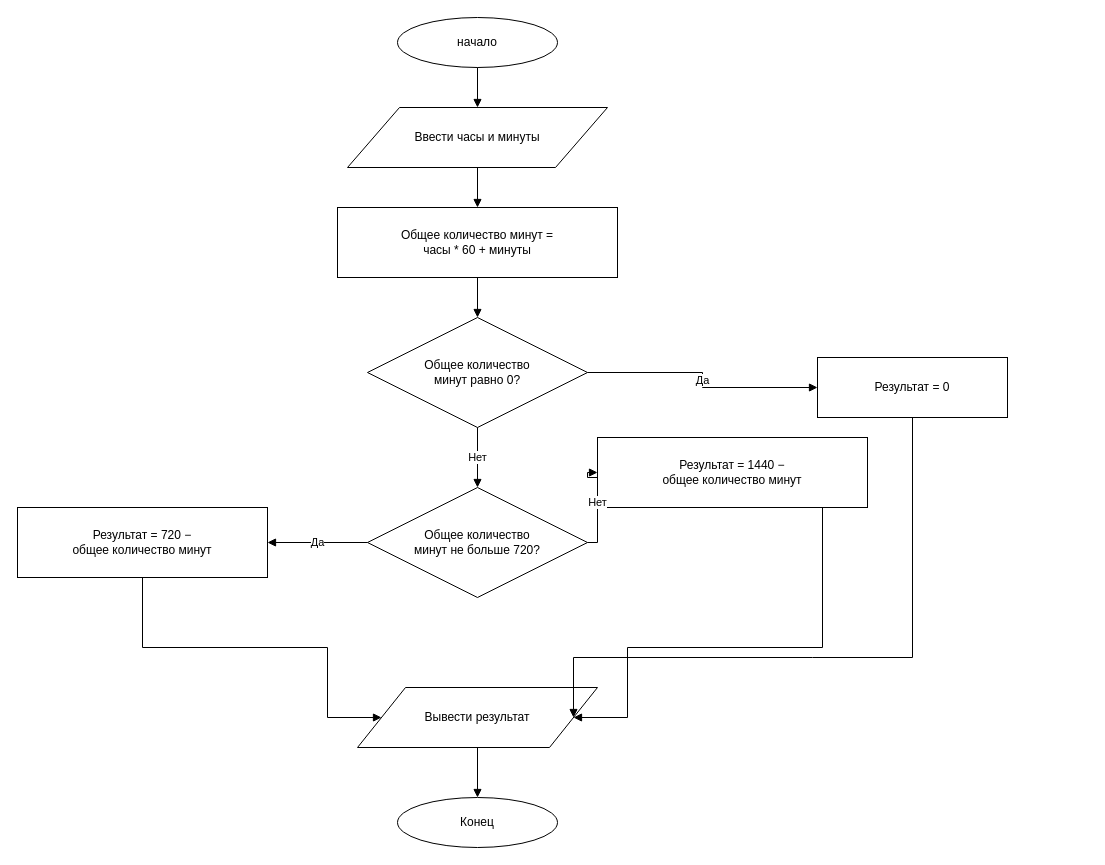
Poskras/Labarator6 keeps this draw.io diagram as 6.1.drawio. Above is the earlier version. Source tidied: cells renumbered, new cells numbered last; positions are measured from the earlier drawing's top-left corner, leaving out a move shared by most shapes. Both pictures are drawn from the tidied source at 100%, with x=0, y=0 at pixel (17, 17).
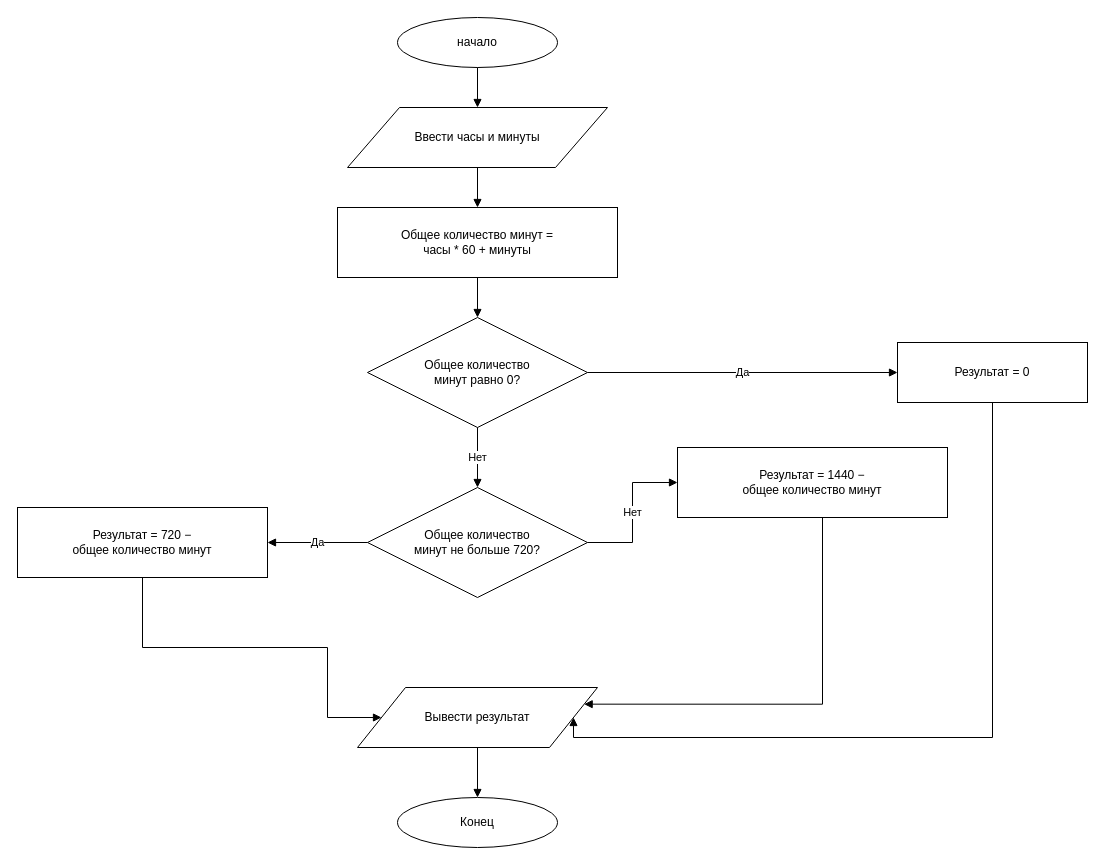
Above is the later version.

The change refers to these unchanged cells:
```xml
<mxCell id="10" value="Вывести результат" style="shape=parallelogram;perimeter=parallelogramPerimeter;whiteSpace=wrap;html=1;" parent="1" vertex="1">
  <mxGeometry x="340" y="670" width="240" height="60" as="geometry" />
</mxCell>
```

Diff of the diagram source:
```diff
@@
     <mxCell id="6" value="Результат = 0" style="rounded=0;whiteSpace=wrap;html=1;" parent="1" vertex="1">
-      <mxGeometry x="800" y="340" width="190" height="60" as="geometry" />
+      <mxGeometry x="880" y="325" width="190" height="60" as="geometry" />
     </mxCell>
@@
     <mxCell id="9" value="Результат = 1440 −&#10;общее количество минут" style="rounded=0;whiteSpace=wrap;html=1;" parent="1" vertex="1">
-      <mxGeometry x="580" y="420" width="270" height="70" as="geometry" />
+      <mxGeometry x="660" y="430" width="270" height="70" as="geometry" />
     </mxCell>
@@
     <mxCell id="19" style="edgeStyle=orthogonalEdgeStyle;rounded=0;html=1;endArrow=block;exitX=0.5;exitY=1;entryX=1;entryY=0.5;" parent="1" edge="1" source="6" target="10">
-      <mxGeometry relative="1" as="geometry">
+      <mxGeometry x="-0.05" relative="1" as="geometry">
         <Array as="points">
-          <mxPoint x="795" y="640" />
-          <mxPoint x="620" y="640" />
+          <mxPoint x="975" y="720" />
+          <mxPoint x="556" y="720" />
         </Array>
       </mxGeometry>
     </mxCell>
@@
-    <mxCell id="21" style="edgeStyle=orthogonalEdgeStyle;rounded=0;html=1;endArrow=block;exitX=0.5;exitY=1;entryX=1;entryY=0.5;" parent="1" edge="1" source="9" target="10">
+    <mxCell id="21" style="edgeStyle=orthogonalEdgeStyle;rounded=0;html=1;endArrow=block;exitX=0.5;exitY=1;entryX=1;entryY=0.25;entryDx=0;entryDy=0;" parent="1" edge="1" source="9" target="10">
       <mxGeometry relative="1" as="geometry">
         <Array as="points">
-          <mxPoint x="805" y="630" />
-          <mxPoint x="610" y="630" />
-          <mxPoint x="610" y="700" />
+          <mxPoint x="805" y="500" />
+          <mxPoint x="805" y="686.7" />
         </Array>
       </mxGeometry>
     </mxCell>
```
